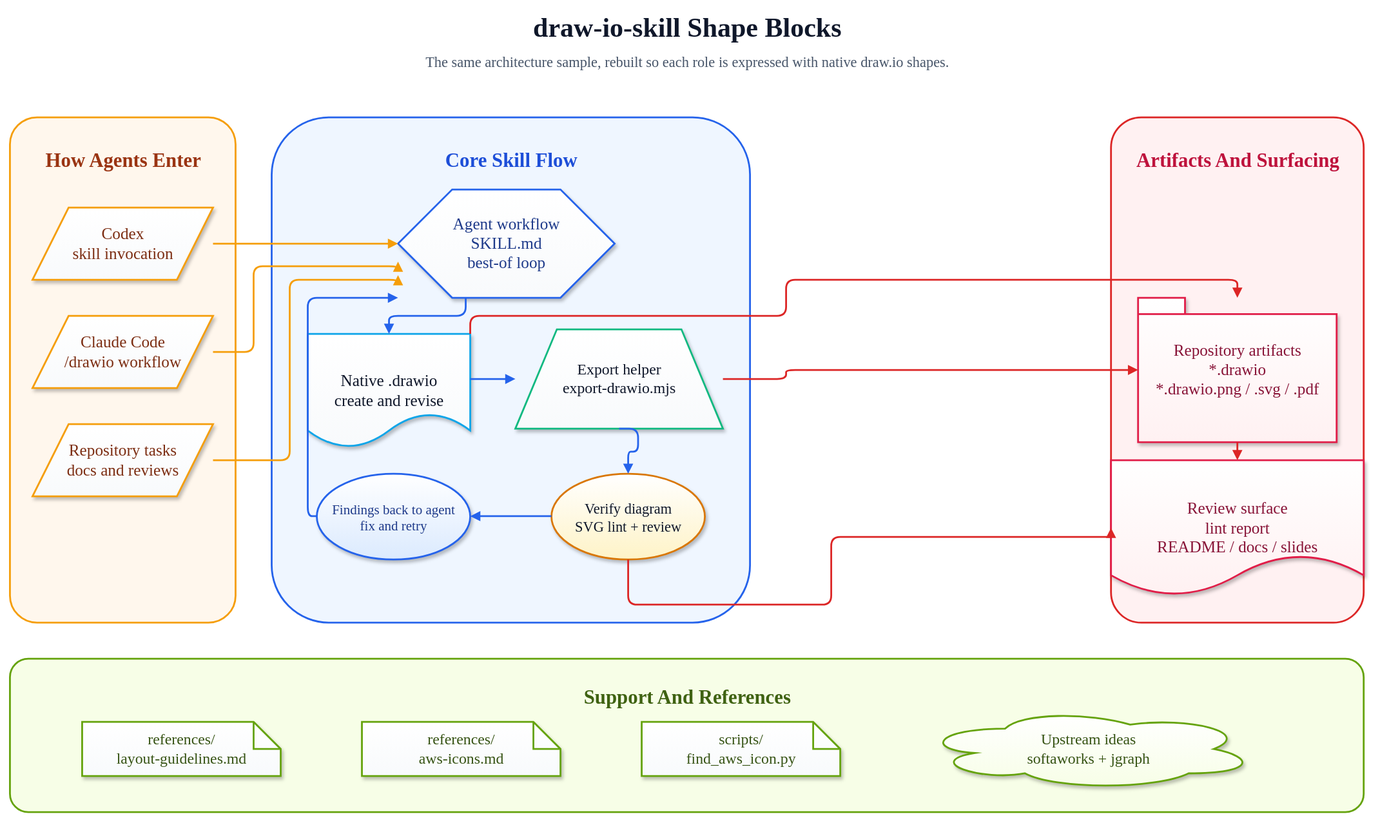
Earlier version of the draw.io export assets/draw-io-skill-structure-shapes.drawio.svg (Sunwood-ai-labs/draw-io-skill). Source tidied: cells renumbered, new cells last; positions are measured from the earlier drawing's top-left corner, leaving out a move shared by most shapes.
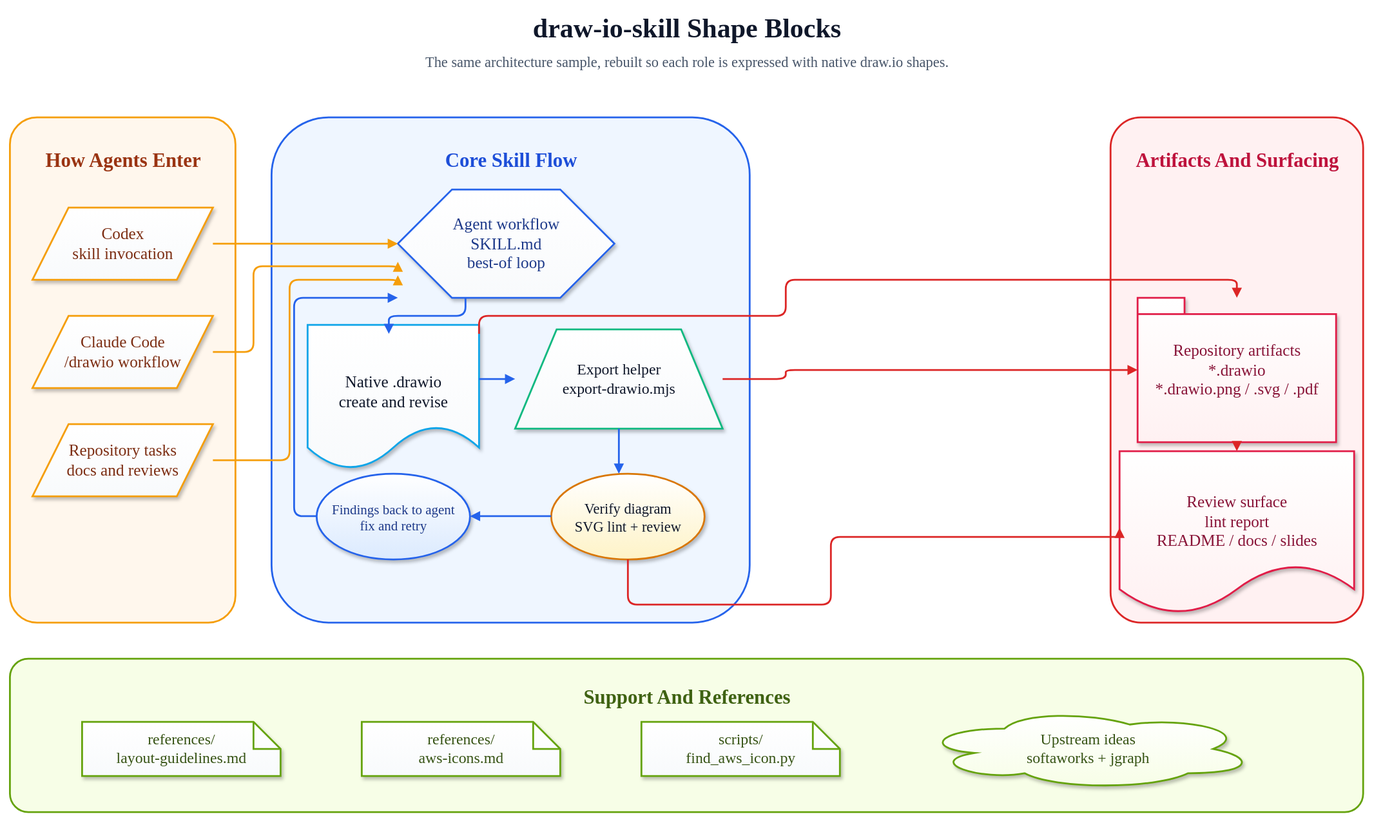
The same diagram one commit later.

Commit message:
🛠 Detect document-shape collisions and fix structure layout

Diff of the diagram source:
```diff
@@ -44,8 +44,8 @@
     <mxCell id="15" value="Agent workflow&lt;br&gt;SKILL.md&lt;br&gt;best-of loop" style="shape=hexagon;perimeter=hexagonPerimeter2;whiteSpace=wrap;html=1;fillColor=#ffffff;strokeColor=#2563eb;strokeWidth=2;fontSize=18;fontFamily=Noto Sans JP;fontColor=#1e3a8a;align=center;verticalAlign=middle;spacing=8;shadow=1;gradientColor=#f8fafc;glass=0;" parent="1" vertex="1">
       <mxGeometry x="430" y="200" width="240" height="120" as="geometry" />
     </mxCell>
-    <mxCell id="16" value="Native .drawio&lt;br&gt;create and revise" style="shape=document;whiteSpace=wrap;html=1;fillColor=#ffffff;strokeColor=#0ea5e9;strokeWidth=2;fontSize=18;fontFamily=Noto Sans JP;fontColor=#0f172a;align=center;verticalAlign=middle;spacing=8;shadow=1;gradientColor=#f8fafc;glass=0;" parent="1" vertex="1">
-      <mxGeometry x="330" y="360" width="180" height="126" as="geometry" />
+    <mxCell id="16" value="Native .drawio&lt;br&gt;create and revise" style="shape=document;whiteSpace=wrap;html=1;fillColor=#ffffff;strokeColor=#0ea5e9;strokeWidth=2;fontSize=18;fontFamily=Noto Sans JP;fontColor=#0f172a;align=center;verticalAlign=middle;spacing=8;spacingBottom=12;shadow=1;gradientColor=#f8fafc;glass=0;" parent="1" vertex="1">
+      <mxGeometry x="330" y="350" width="190" height="160" as="geometry" />
     </mxCell>
     <mxCell id="17" value="Export helper&lt;br&gt;export-drawio.mjs" style="shape=trapezoid;perimeter=trapezoidPerimeter;whiteSpace=wrap;html=1;fillColor=#ffffff;strokeColor=#10b981;strokeWidth=2;fontSize=17;fontFamily=Noto Sans JP;fontColor=#0f172a;align=center;verticalAlign=middle;spacing=8;shadow=1;gradientColor=#f8fafc;glass=0;" parent="1" vertex="1">
       <mxGeometry x="560" y="355" width="230" height="110" as="geometry" />
@@ -71,8 +71,8 @@
     <mxCell id="24" value="Repository artifacts&lt;br&gt;*.drawio&lt;br&gt;*.drawio.png / .svg / .pdf" style="shape=folder;tabWidth=52;tabHeight=18;tabPosition=left;whiteSpace=wrap;html=1;fillColor=#ffffff;strokeColor=#e11d48;strokeWidth=2;fontSize=18;fontFamily=Noto Sans JP;fontColor=#881337;align=center;verticalAlign=middle;spacing=10;shadow=1;gradientColor=#fff1f2;glass=0;" parent="1" vertex="1">
       <mxGeometry x="1250" y="320" width="220" height="160" as="geometry" />
     </mxCell>
-    <mxCell id="25" value="Review surface&lt;br&gt;lint report&lt;br&gt;README / docs / slides" style="shape=document;whiteSpace=wrap;html=1;fillColor=#ffffff;strokeColor=#e11d48;strokeWidth=2;fontSize=18;fontFamily=Noto Sans JP;fontColor=#881337;align=center;verticalAlign=middle;spacing=8;shadow=1;gradientColor=#fff1f2;glass=0;" parent="1" vertex="1">
-      <mxGeometry x="1220" y="500" width="280" height="150" as="geometry" />
+    <mxCell id="25" value="Review surface&lt;br&gt;lint report&lt;br&gt;README / docs / slides" style="shape=document;whiteSpace=wrap;html=1;fillColor=#ffffff;strokeColor=#e11d48;strokeWidth=2;fontSize=18;fontFamily=Noto Sans JP;fontColor=#881337;align=center;verticalAlign=middle;spacing=8;spacingBottom=24;shadow=1;gradientColor=#fff1f2;glass=0;" parent="1" vertex="1">
+      <mxGeometry x="1230" y="490" width="260" height="180" as="geometry" />
     </mxCell>
     <mxCell id="26" style="edgeStyle=orthogonalEdgeStyle;rounded=1;orthogonalLoop=1;jettySize=auto;html=1;endArrow=block;endFill=1;strokeWidth=2;strokeColor=#f59e0b;" parent="1" edge="1">
       <mxGeometry relative="1" as="geometry">
@@ -112,7 +112,7 @@
     </mxCell>
     <mxCell id="30" style="edgeStyle=orthogonalEdgeStyle;rounded=1;orthogonalLoop=1;jettySize=auto;html=1;endArrow=block;endFill=1;strokeWidth=2;strokeColor=#2563eb;" parent="1" edge="1">
       <mxGeometry relative="1" as="geometry">
-        <mxPoint x="510" y="410" as="sourcePoint" />
+        <mxPoint x="520" y="410" as="sourcePoint" />
         <mxPoint x="560" y="410" as="targetPoint" />
       </mxGeometry>
     </mxCell>
@@ -121,8 +121,8 @@
         <mxPoint x="340" y="562" as="sourcePoint" />
         <mxPoint x="430" y="320" as="targetPoint" />
         <Array as="points">
-          <mxPoint x="330" y="562" />
-          <mxPoint x="330" y="320" />
+          <mxPoint x="315" y="562" />
+          <mxPoint x="315" y="320" />
           <mxPoint x="430" y="320" />
         </Array>
       </mxGeometry>
@@ -130,7 +130,7 @@
     <mxCell id="32" style="edgeStyle=orthogonalEdgeStyle;rounded=1;orthogonalLoop=1;jettySize=auto;html=1;endArrow=block;endFill=1;strokeWidth=2;strokeColor=#2563eb;" parent="1" edge="1">
       <mxGeometry relative="1" as="geometry">
         <mxPoint x="675" y="465" as="sourcePoint" />
-        <mxPoint x="685" y="515" as="targetPoint" />
+        <mxPoint x="675" y="515" as="targetPoint" />
       </mxGeometry>
     </mxCell>
     <mxCell id="33" style="edgeStyle=orthogonalEdgeStyle;rounded=1;orthogonalLoop=1;jettySize=auto;html=1;endArrow=block;endFill=1;strokeWidth=2;strokeColor=#2563eb;" parent="1" edge="1">
@@ -141,10 +141,10 @@
     </mxCell>
     <mxCell id="34" style="edgeStyle=orthogonalEdgeStyle;rounded=1;orthogonalLoop=1;jettySize=auto;html=1;endArrow=block;endFill=1;strokeWidth=2;strokeColor=#dc2626;" parent="1" edge="1">
       <mxGeometry relative="1" as="geometry">
-        <mxPoint x="510" y="360" as="sourcePoint" />
+        <mxPoint x="520" y="360" as="sourcePoint" />
         <mxPoint x="1360" y="320" as="targetPoint" />
         <Array as="points">
-          <mxPoint x="510" y="340" />
+          <mxPoint x="520" y="340" />
           <mxPoint x="860" y="340" />
           <mxPoint x="860" y="300" />
           <mxPoint x="1360" y="300" />
@@ -164,7 +164,7 @@
     <mxCell id="36" style="edgeStyle=orthogonalEdgeStyle;rounded=1;orthogonalLoop=1;jettySize=auto;html=1;endArrow=block;endFill=1;strokeWidth=2;strokeColor=#dc2626;" parent="1" edge="1">
       <mxGeometry relative="1" as="geometry">
         <mxPoint x="685" y="610" as="sourcePoint" />
-        <mxPoint x="1220" y="575" as="targetPoint" />
+        <mxPoint x="1230" y="575" as="targetPoint" />
         <Array as="points">
           <mxPoint x="685" y="660" />
           <mxPoint x="910" y="660" />
@@ -175,7 +175,7 @@
     <mxCell id="37" style="edgeStyle=orthogonalEdgeStyle;rounded=1;orthogonalLoop=1;jettySize=auto;html=1;endArrow=block;endFill=1;strokeWidth=2;strokeColor=#dc2626;" parent="1" edge="1">
       <mxGeometry relative="1" as="geometry">
         <mxPoint x="1360" y="480" as="sourcePoint" />
-        <mxPoint x="1360" y="500" as="targetPoint" />
+        <mxPoint x="1360" y="490" as="targetPoint" />
       </mxGeometry>
     </mxCell>
   </root>
```
